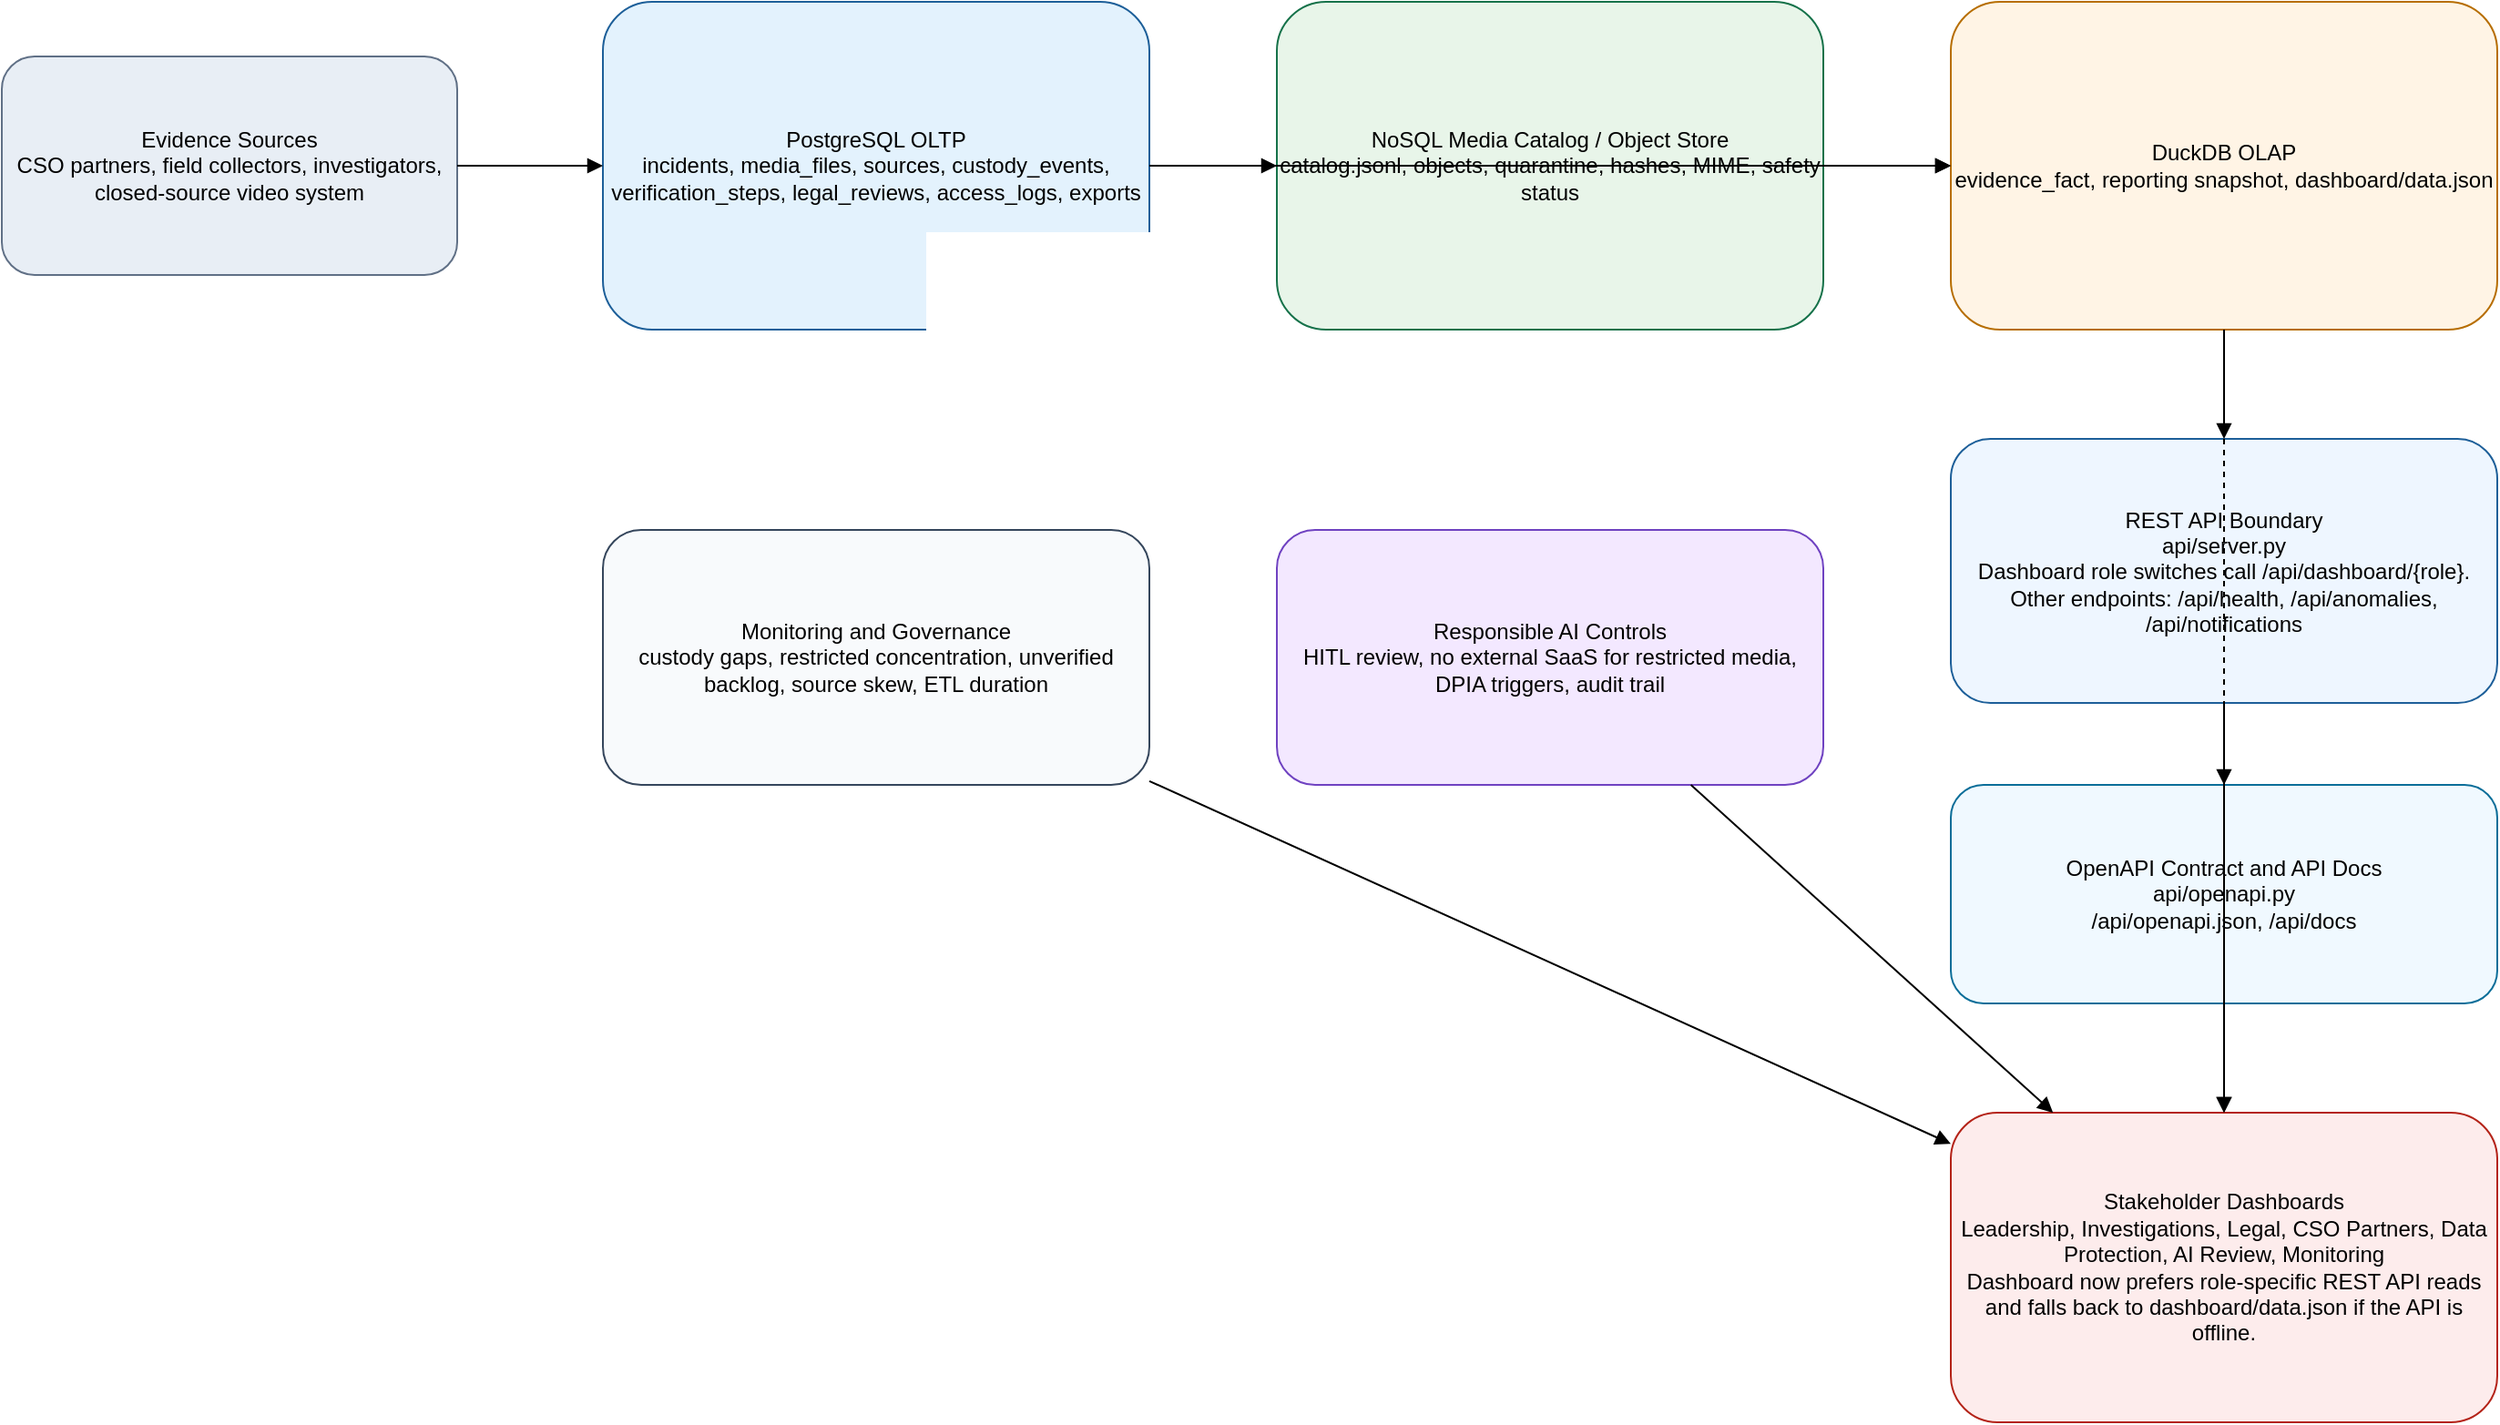
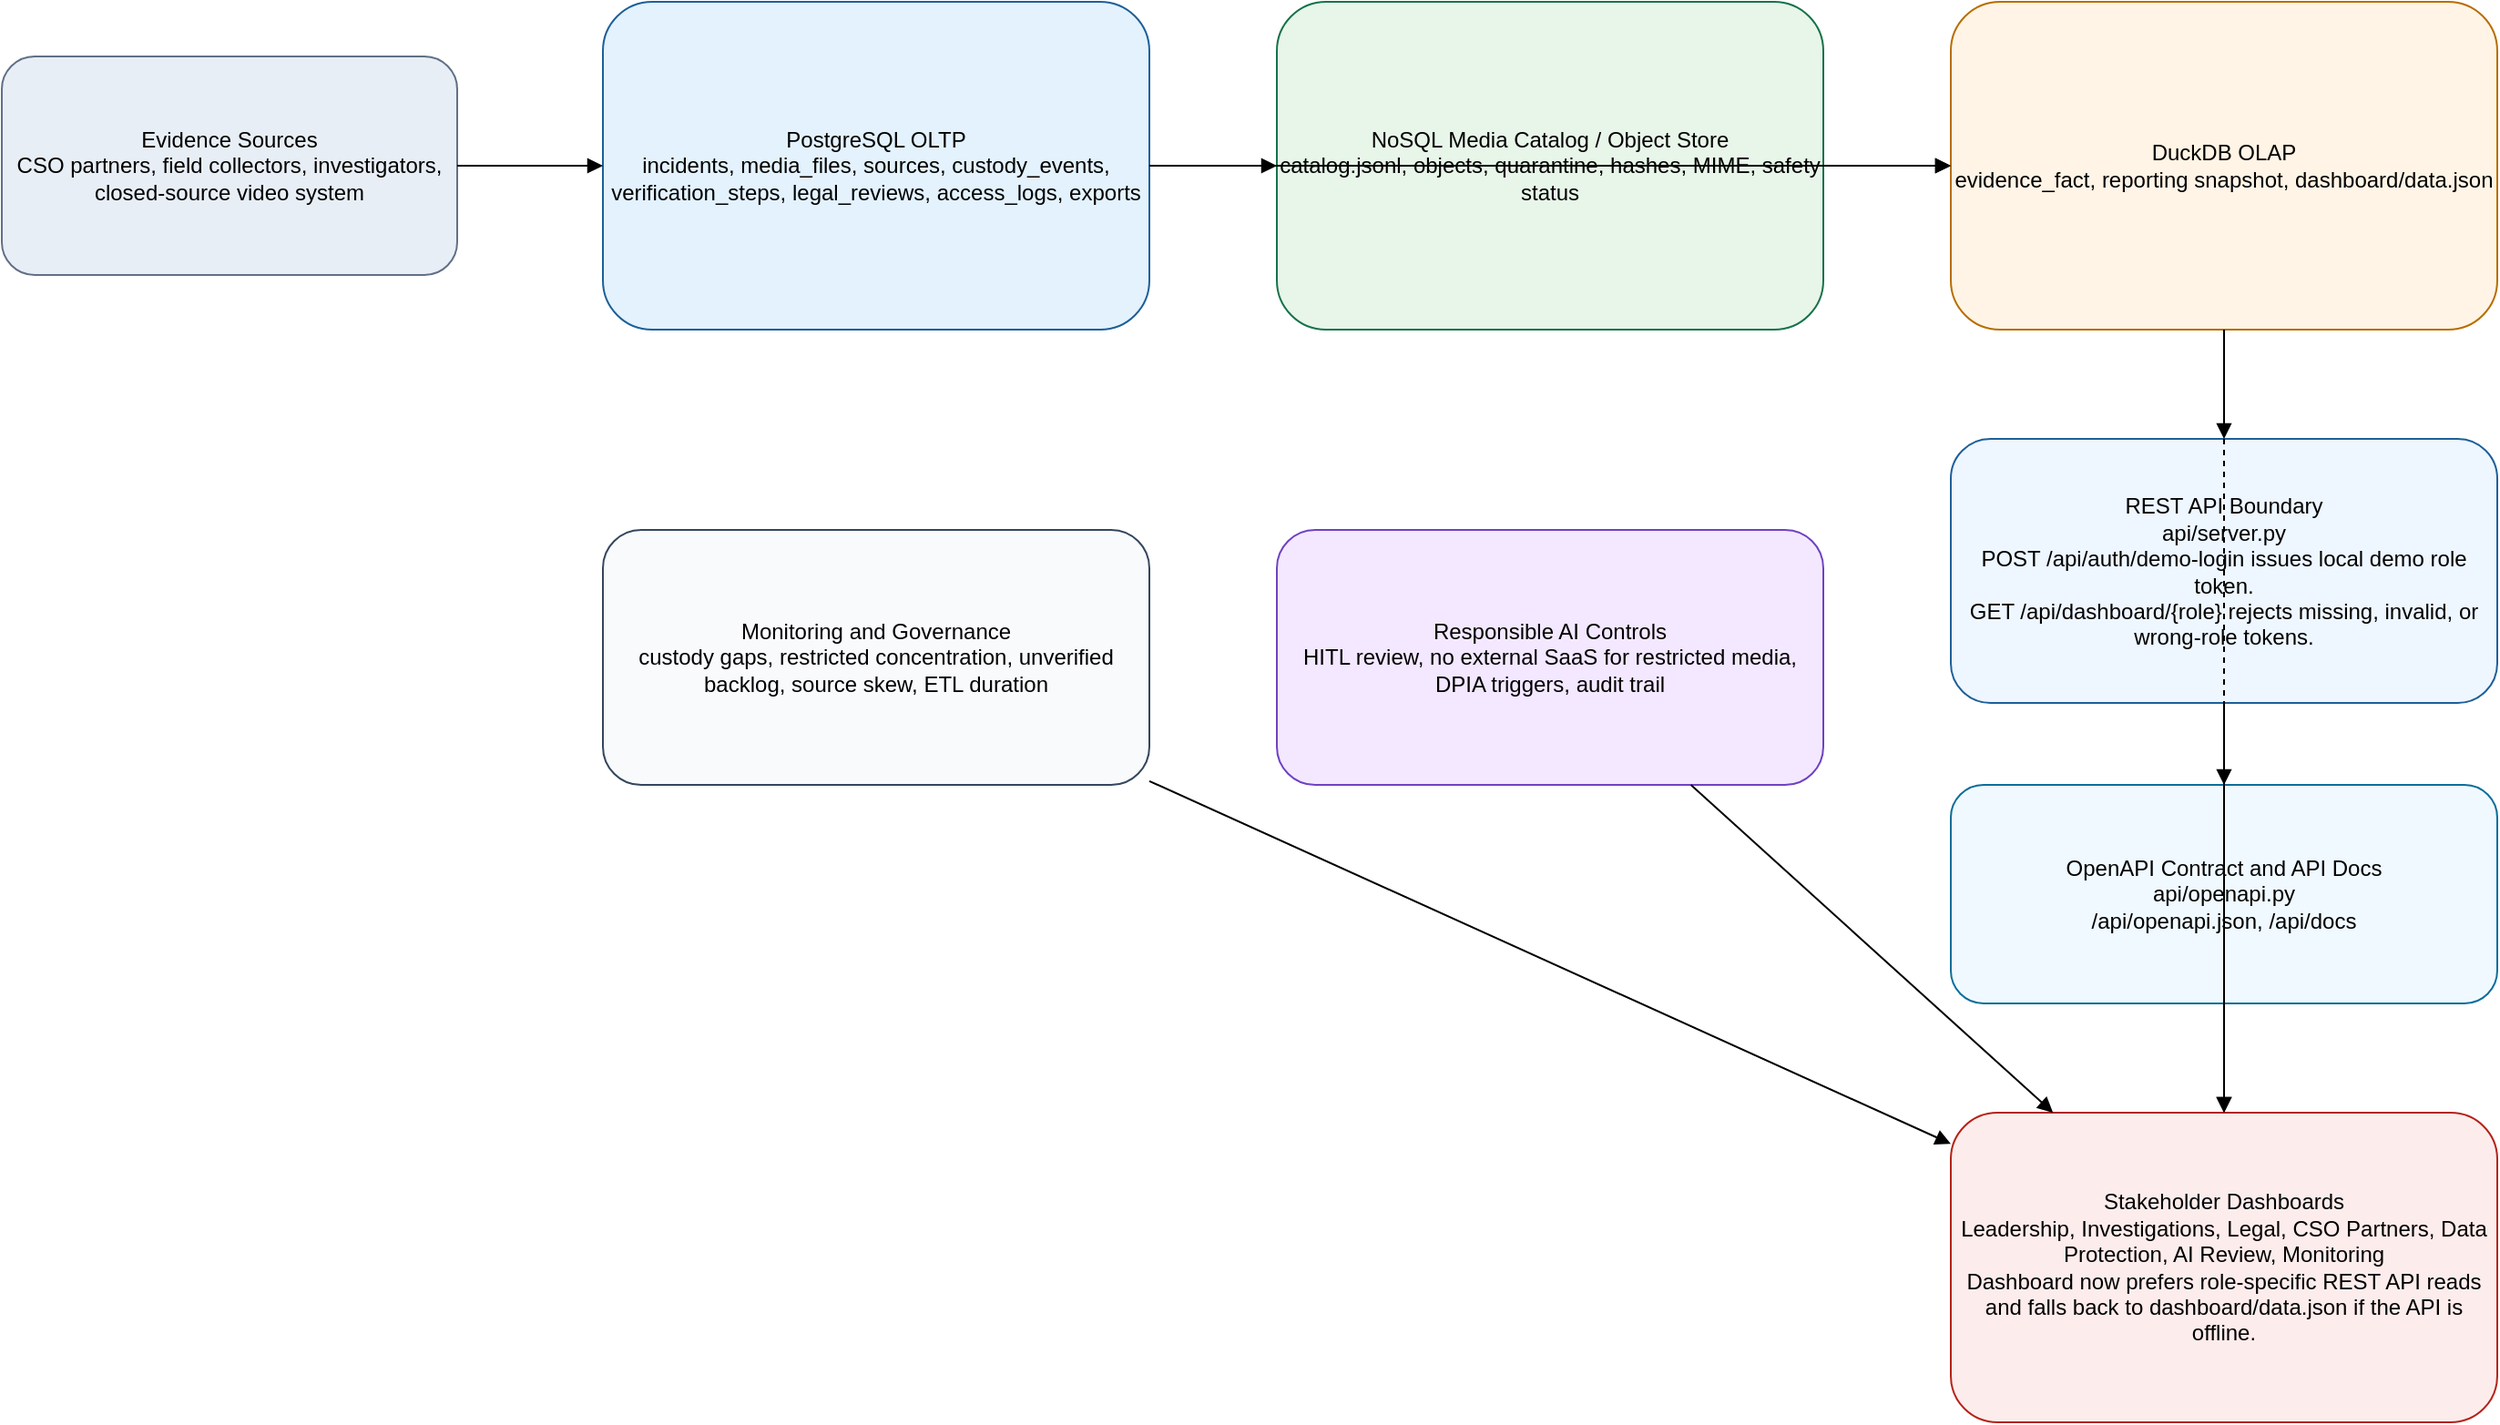
<mxfile host="app.diagrams.net" modified="2026-05-30T00:00:00.000Z" agent="Codex" version="24.7.17">
  <diagram id="hrt-architecture" name="HRT OLTP OLAP Architecture">
    <mxGraphModel dx="1422" dy="794" grid="1" gridSize="10" guides="1" tooltips="1" connect="1" arrows="1" fold="1" page="1" pageScale="1" pageWidth="1600" pageHeight="1000" math="0" shadow="0">
      <root>
        <mxCell id="0"/>
        <mxCell id="1" parent="0"/>
        <mxCell id="sources" value="Evidence Sources&#xa;CSO partners, field collectors, investigators, closed-source video system" style="rounded=1;whiteSpace=wrap;html=1;fillColor=#e8eef5;strokeColor=#607086;" vertex="1" parent="1">
          <mxGeometry x="40" y="120" width="250" height="120" as="geometry"/>
        </mxCell>
        <mxCell id="oltp" value="PostgreSQL OLTP&#xa;incidents, media_files, sources, custody_events, verification_steps, legal_reviews, access_logs, exports" style="rounded=1;whiteSpace=wrap;html=1;fillColor=#e3f2fd;strokeColor=#1d5f99;" vertex="1" parent="1">
          <mxGeometry x="370" y="90" width="300" height="180" as="geometry"/>
        </mxCell>
        <mxCell id="nosql" value="NoSQL Media Catalog / Object Store&#xa;catalog.jsonl, objects, quarantine, hashes, MIME, safety status" style="rounded=1;whiteSpace=wrap;html=1;fillColor=#e8f5e9;strokeColor=#16724a;" vertex="1" parent="1">
          <mxGeometry x="740" y="90" width="300" height="180" as="geometry"/>
        </mxCell>
        <mxCell id="olap" value="DuckDB OLAP&#xa;evidence_fact, reporting snapshot, dashboard/data.json" style="rounded=1;whiteSpace=wrap;html=1;fillColor=#fff4e5;strokeColor=#b76e00;" vertex="1" parent="1">
          <mxGeometry x="1110" y="90" width="300" height="180" as="geometry"/>
        </mxCell>
-         <mxCell id="api" value="REST API Boundary&#xa;api/server.py&#xa;Dashboard role switches call /api/dashboard/{role}.&#xa;Other endpoints: /api/health, /api/anomalies, /api/notifications" style="rounded=1;whiteSpace=wrap;html=1;fillColor=#eef6ff;strokeColor=#1d5f99;" vertex="1" parent="1">
+         <mxCell id="api" value="REST API Boundary&#xa;api/server.py&#xa;POST /api/auth/demo-login issues local demo role token.&#xa;GET /api/dashboard/{role} rejects missing, invalid, or wrong-role tokens." style="rounded=1;whiteSpace=wrap;html=1;fillColor=#eef6ff;strokeColor=#1d5f99;" vertex="1" parent="1">
          <mxGeometry x="1110" y="330" width="300" height="145" as="geometry"/>
        </mxCell>
        <mxCell id="openapi" value="OpenAPI Contract and API Docs&#xa;api/openapi.py&#xa;/api/openapi.json, /api/docs" style="rounded=1;whiteSpace=wrap;html=1;fillColor=#f0f9ff;strokeColor=#0b6e99;" vertex="1" parent="1">
          <mxGeometry x="1110" y="520" width="300" height="120" as="geometry"/>
        </mxCell>
        <mxCell id="dash" value="Stakeholder Dashboards&#xa;Leadership, Investigations, Legal, CSO Partners, Data Protection, AI Review, Monitoring&#xa;Dashboard now prefers role-specific REST API reads and falls back to dashboard/data.json if the API is offline." style="rounded=1;whiteSpace=wrap;html=1;fillColor=#fdecec;strokeColor=#b42318;" vertex="1" parent="1">
          <mxGeometry x="1110" y="700" width="300" height="170" as="geometry"/>
        </mxCell>
        <mxCell id="ai" value="Responsible AI Controls&#xa;HITL review, no external SaaS for restricted media, DPIA triggers, audit trail" style="rounded=1;whiteSpace=wrap;html=1;fillColor=#f3e8ff;strokeColor=#6f42c1;" vertex="1" parent="1">
          <mxGeometry x="740" y="380" width="300" height="140" as="geometry"/>
        </mxCell>
        <mxCell id="monitoring" value="Monitoring and Governance&#xa;custody gaps, restricted concentration, unverified backlog, source skew, ETL duration" style="rounded=1;whiteSpace=wrap;html=1;fillColor=#f8fafc;strokeColor=#35465c;" vertex="1" parent="1">
          <mxGeometry x="370" y="380" width="300" height="140" as="geometry"/>
        </mxCell>
        <mxCell id="e1" edge="1" parent="1" source="sources" target="oltp" style="endArrow=block;html=1;rounded=0;">
          <mxGeometry relative="1" as="geometry"/>
        </mxCell>
        <mxCell id="e2" edge="1" parent="1" source="oltp" target="nosql" style="endArrow=block;html=1;rounded=0;">
          <mxGeometry relative="1" as="geometry"/>
        </mxCell>
        <mxCell id="e3" edge="1" parent="1" source="oltp" target="olap" style="endArrow=block;html=1;rounded=0;">
          <mxGeometry relative="1" as="geometry"/>
        </mxCell>
        <mxCell id="e4" edge="1" parent="1" source="nosql" target="olap" style="endArrow=block;html=1;rounded=0;">
          <mxGeometry relative="1" as="geometry"/>
        </mxCell>
        <mxCell id="e5" edge="1" parent="1" source="olap" target="api" style="endArrow=block;html=1;rounded=0;">
          <mxGeometry relative="1" as="geometry"/>
        </mxCell>
        <mxCell id="e5b" edge="1" parent="1" source="api" target="openapi" style="endArrow=block;html=1;rounded=0;">
          <mxGeometry relative="1" as="geometry"/>
        </mxCell>
        <mxCell id="e5c" edge="1" parent="1" source="api" target="dash" style="endArrow=block;html=1;rounded=0;">
          <mxGeometry relative="1" as="geometry"/>
        </mxCell>
        <mxCell id="e5d" edge="1" parent="1" source="olap" target="dash" style="endArrow=block;html=1;rounded=0;dashed=1;">
          <mxGeometry relative="1" as="geometry"/>
        </mxCell>
        <mxCell id="e6" edge="1" parent="1" source="ai" target="dash" style="endArrow=block;html=1;rounded=0;">
          <mxGeometry relative="1" as="geometry"/>
        </mxCell>
        <mxCell id="e7" edge="1" parent="1" source="monitoring" target="dash" style="endArrow=block;html=1;rounded=0;">
          <mxGeometry relative="1" as="geometry"/>
        </mxCell>
      </root>
    </mxGraphModel>
  </diagram>
</mxfile>
